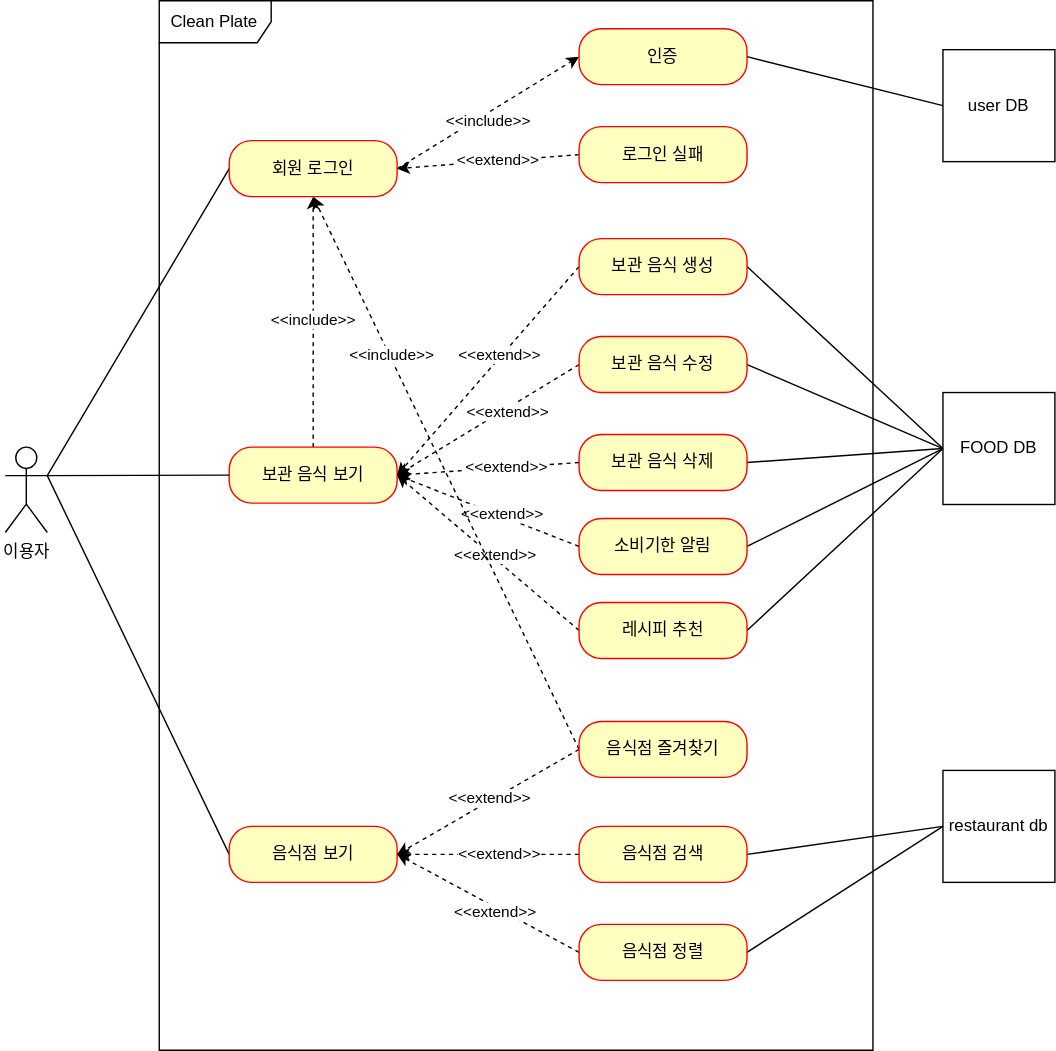
The draw.io diagram cleanplate/document/use-case.svg in whwlsgkr7/Clean-Plate, before a commit. Source tidied: cells renumbered, new cells last; positions are measured from the earlier drawing's top-left corner, leaving out a move shared by most shapes.
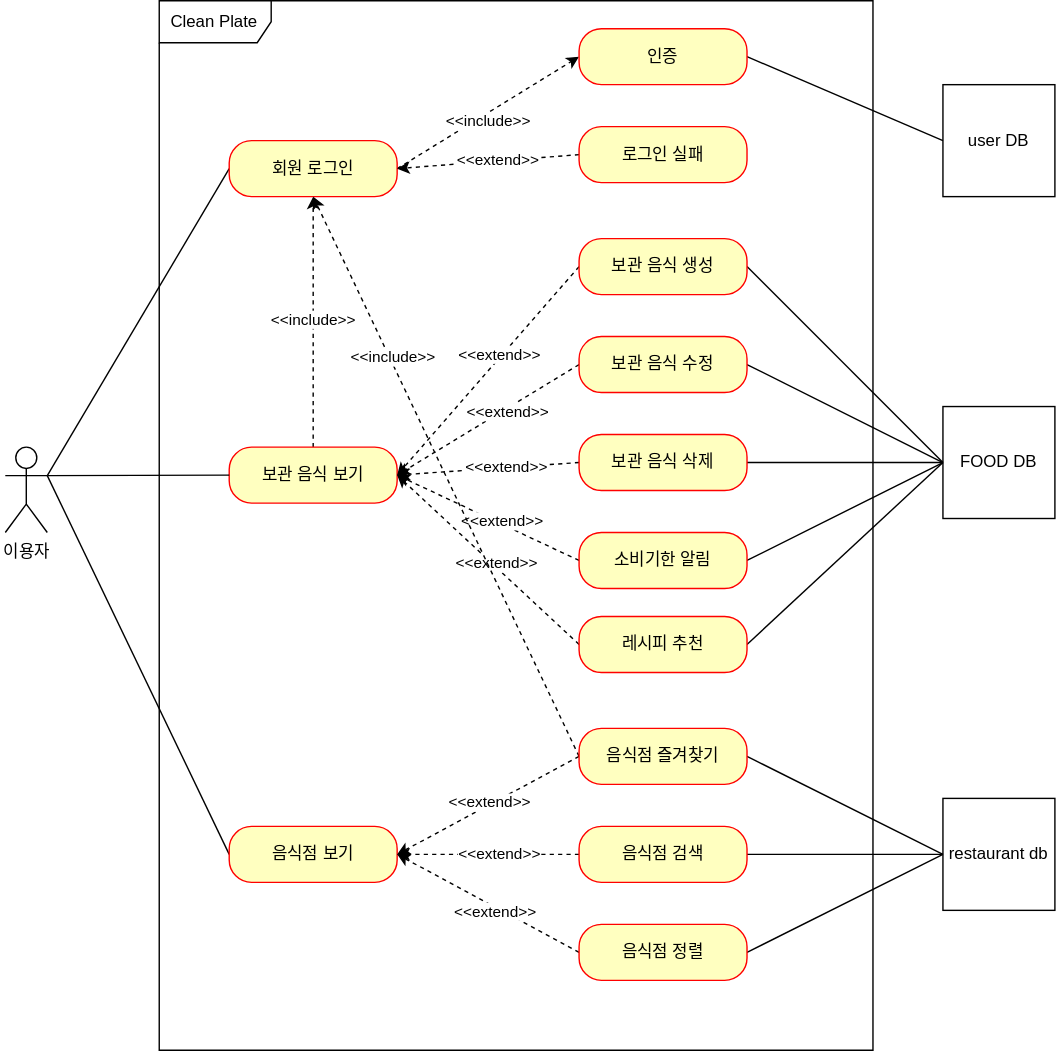
After the change.

Commit message:
usecase 업데이트

What changed in the source:
```diff
@@ -15,13 +15,13 @@
       <mxGeometry x="110" width="510" height="750" as="geometry" />
     </mxCell>
     <mxCell id="6" value="user DB" style="whiteSpace=wrap;html=1;" parent="1" vertex="1">
-      <mxGeometry x="670" y="35" width="80" height="80" as="geometry" />
+      <mxGeometry x="670" y="60" width="80" height="80" as="geometry" />
     </mxCell>
     <mxCell id="7" value="FOOD DB" style="whiteSpace=wrap;html=1;" parent="1" vertex="1">
-      <mxGeometry x="670" y="280" width="80" height="80" as="geometry" />
+      <mxGeometry x="670" y="290" width="80" height="80" as="geometry" />
     </mxCell>
     <mxCell id="8" value="restaurant db" style="whiteSpace=wrap;html=1;" parent="1" vertex="1">
-      <mxGeometry x="670" y="550" width="80" height="80" as="geometry" />
+      <mxGeometry x="670" y="570" width="80" height="80" as="geometry" />
     </mxCell>
     <mxCell id="9" style="rounded=0;jettySize=auto;html=1;exitX=1;exitY=0.5;exitDx=0;exitDy=0;entryX=0;entryY=0.5;entryDx=0;entryDy=0;dashed=1;" parent="1" edge="1" source="11" target="17">
       <mxGeometry relative="1" as="geometry" />
@@ -74,7 +74,7 @@
       <mxGeometry x="-0.05" y="-2" relative="1" as="geometry" />
     </mxCell>
     <mxCell id="25" value="레시피 추천" style="rounded=1;whiteSpace=wrap;html=1;arcSize=40;fontColor=#000000;fillColor=#ffffc0;strokeColor=#ff0000;" parent="1" vertex="1">
-      <mxGeometry x="410" y="430" width="120" height="40" as="geometry" />
+      <mxGeometry x="410" y="440" width="120" height="40" as="geometry" />
     </mxCell>
     <mxCell id="26" style="rounded=0;jettySize=auto;html=1;exitX=1;exitY=0.5;exitDx=0;exitDy=0;entryX=0;entryY=0.5;entryDx=0;entryDy=0;endArrow=none;endFill=0;" parent="1" edge="1" source="29" target="8">
       <mxGeometry relative="1" as="geometry" />
@@ -114,7 +114,7 @@
       </mxGeometry>
     </mxCell>
     <mxCell id="37" value="소비기한 알림" style="rounded=1;whiteSpace=wrap;html=1;arcSize=40;fontColor=#000000;fillColor=#ffffc0;strokeColor=#ff0000;" parent="1" vertex="1">
-      <mxGeometry x="410" y="370" width="120" height="40" as="geometry" />
+      <mxGeometry x="410" y="380" width="120" height="40" as="geometry" />
     </mxCell>
     <mxCell id="38" style="rounded=0;jettySize=auto;html=1;exitX=0;exitY=0.5;exitDx=0;exitDy=0;entryX=1;entryY=0.3333333333333333;entryDx=0;entryDy=0;entryPerimeter=0;endArrow=none;endFill=0;" parent="1" edge="1" source="14" target="4">
       <mxGeometry relative="1" as="geometry" />
@@ -168,8 +168,11 @@
         <mxPoint y="1" as="offset" />
       </mxGeometry>
     </mxCell>
+    <mxCell id="55" style="rounded=0;jettySize=auto;html=1;exitX=1;exitY=0.5;exitDx=0;exitDy=0;entryX=0;entryY=0.5;entryDx=0;entryDy=0;endArrow=none;endFill=0;" parent="1" edge="1" source="54" target="8">
+      <mxGeometry relative="1" as="geometry" />
+    </mxCell>
     <mxCell id="54" value="음식점 즐겨찾기" style="rounded=1;whiteSpace=wrap;html=1;arcSize=40;fontColor=#000000;fillColor=#ffffc0;strokeColor=#ff0000;" parent="1" vertex="1">
-      <mxGeometry x="410" y="515" width="120" height="40" as="geometry" />
+      <mxGeometry x="410" y="520" width="120" height="40" as="geometry" />
     </mxCell>
   </root>
 </mxGraphModel>
```
